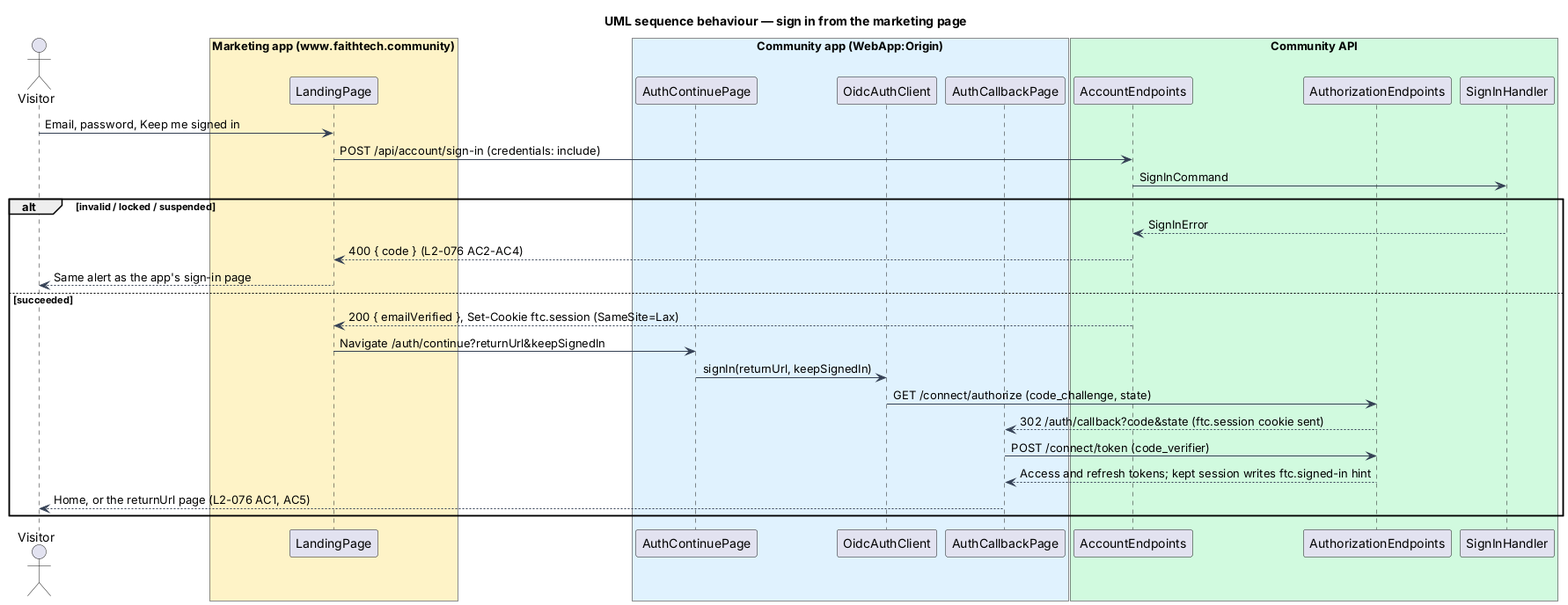
QuinntyneBrown/faithtech-community keeps this PlantUML diagram as docs/detailed-designs/marketing/landing-page/diagrams/sequence-sign-in.png. Above is the earlier version.
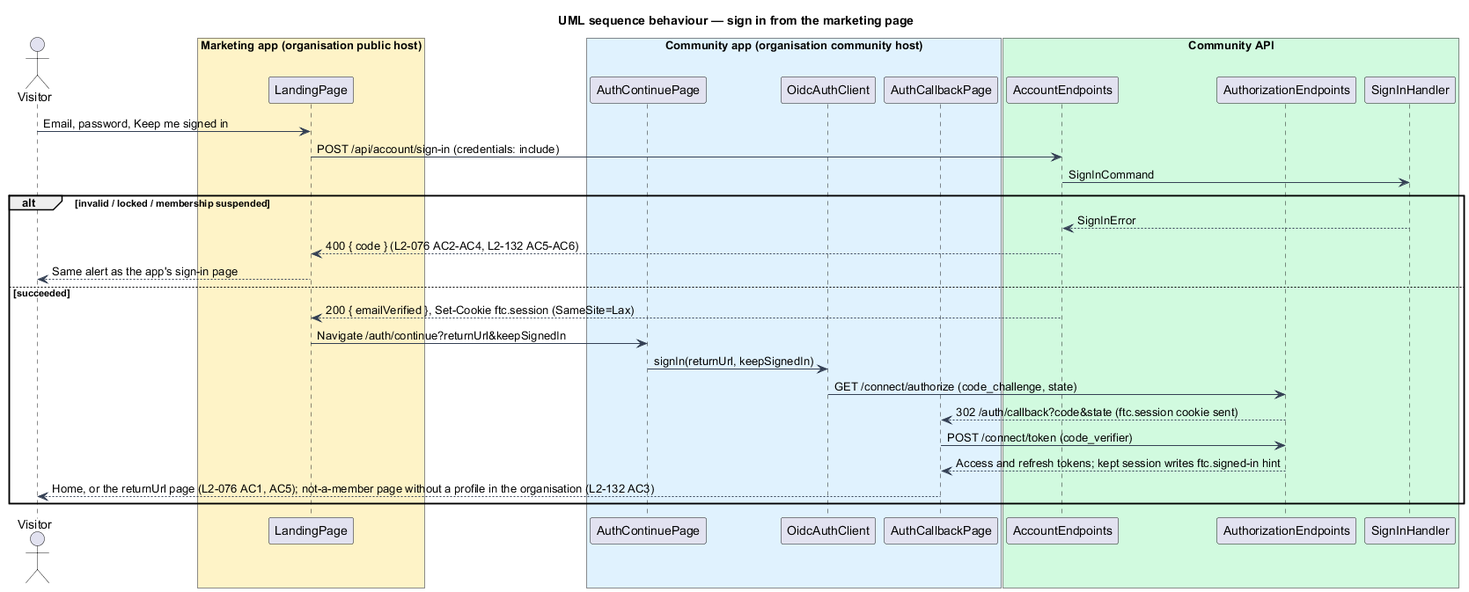
After the change.

Diff of the diagram source:
```diff
@@ -5,10 +5,10 @@
 skinparam defaultFontName Arial
 skinparam ArrowColor #344054
 actor "Visitor" as actor
-box "Marketing app (www.faithtech.community)" #FEF3C7
+box "Marketing app (organisation public host)" #FEF3C7
   participant "LandingPage" as page
 end box
-box "Community app (WebApp:Origin)" #E0F2FE
+box "Community app (organisation community host)" #E0F2FE
   participant "AuthContinuePage" as cont
   participant "OidcAuthClient" as client
   participant "AuthCallbackPage" as cb
@@ -21,9 +21,9 @@
 actor -> page : Email, password, Keep me signed in
 page -> acc : POST /api/account/sign-in (credentials: include)
 acc -> h : SignInCommand
-alt invalid / locked / suspended
+alt invalid / locked / membership suspended
   h --> acc : SignInError
-  acc --> page : 400 { code } (L2-076 AC2-AC4)
+  acc --> page : 400 { code } (L2-076 AC2-AC4, L2-132 AC5-AC6)
   page --> actor : Same alert as the app's sign-in page
 else succeeded
   acc --> page : 200 { emailVerified }, Set-Cookie ftc.session (SameSite=Lax)
@@ -33,6 +33,6 @@
   authz --> cb : 302 /auth/callback?code&state (ftc.session cookie sent)
   cb -> authz : POST /connect/token (code_verifier)
   authz --> cb : Access and refresh tokens; kept session writes ftc.signed-in hint
-  cb --> actor : Home, or the returnUrl page (L2-076 AC1, AC5)
+  cb --> actor : Home, or the returnUrl page (L2-076 AC1, AC5); not-a-member page without a profile in the organisation (L2-132 AC3)
 end
 @enduml
```
